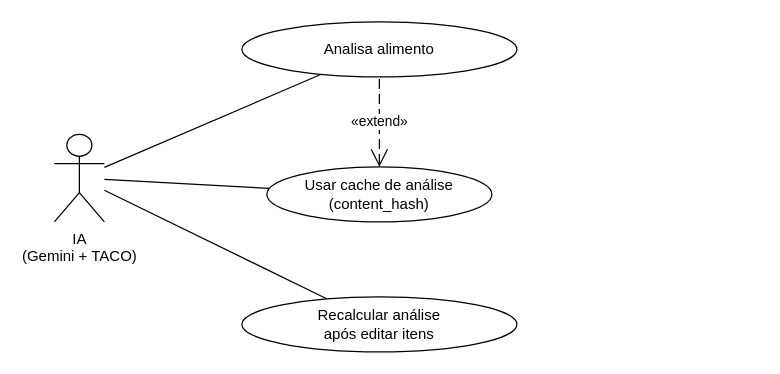
This is page "IA" (4 of 4) of frontend/CasosDeUso.drawio from israelhub/JacalorIA-CONTADOR-DE-CALORIAS, a draw.io file, before an edit. Source tidied: cells renumbered, new cells numbered last; positions are measured from the earlier drawing's top-left corner, leaving out a move shared by most shapes. Both pictures are drawn from the tidied source at 125%, with x=0, y=0 at pixel (54, 21).
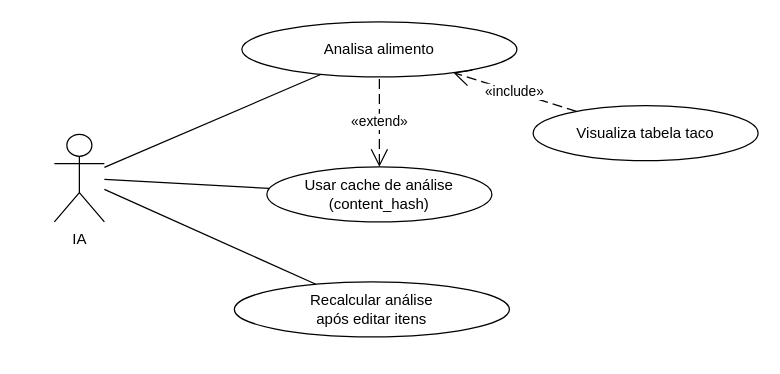
The same diagram, later.

Commit message (it also covers changes not shown here):
Adicionar relações UML «include» nos casos de uso

Liga include em Usuário (chat/grupo, onboarding, loja), Operador Beta
(painéis → token e filtrar por data) e IA (tabela TACO → analisa alimento).

Change to the diagram source:
```diff
@@
 <mxGraphModel>
   <root>
     <mxCell id="0" />
     <mxCell id="1" parent="0" />
-    <mxCell id="2" value="IA&#10;(Gemini + TACO)" style="shape=umlActor;verticalLabelPosition=bottom;verticalAlign=top;html=1;outlineConnect=0;" parent="1" vertex="1">
+    <mxCell id="2" value="IA" style="shape=umlActor;verticalLabelPosition=bottom;verticalAlign=top;html=1;outlineConnect=0;" parent="1" vertex="1">
       <mxGeometry y="90" width="40" height="70" as="geometry" />
     </mxCell>
     <mxCell id="3" style="endArrow=none;html=1;rounded=0;strokeWidth=1;" parent="1" edge="1" source="2" target="7">
       <mxGeometry relative="1" as="geometry" />
     </mxCell>
     <mxCell id="4" style="endArrow=none;html=1;rounded=0;strokeWidth=1;" parent="1" edge="1" source="2" target="8">
       <mxGeometry relative="1" as="geometry" />
     </mxCell>
     <mxCell id="5" style="endArrow=none;html=1;rounded=0;strokeWidth=1;" parent="1" edge="1" source="2" target="9">
       <mxGeometry relative="1" as="geometry" />
     </mxCell>
     <mxCell id="6" value="«extend»" style="startArrow=open;html=1;startSize=12;endArrow=none;dashed=1;dashPattern=8 4;rounded=0;" parent="1" edge="1" source="8" target="7">
       <mxGeometry relative="1" as="geometry" />
     </mxCell>
     <mxCell id="7" value="Analisa alimento" style="ellipse;whiteSpace=wrap;html=1;" parent="1" vertex="1">
       <mxGeometry x="150" width="220" height="44" as="geometry" />
     </mxCell>
     <mxCell id="8" value="Usar cache de análise&#10;(content_hash)" style="ellipse;whiteSpace=wrap;html=1;" parent="1" vertex="1">
       <mxGeometry x="170" y="116" width="180" height="44" as="geometry" />
     </mxCell>
     <mxCell id="9" value="Recalcular análise&#10;após editar itens" style="ellipse;whiteSpace=wrap;html=1;" parent="1" vertex="1">
-      <mxGeometry x="150" y="220" width="220" height="44" as="geometry" />
+      <mxGeometry x="144" y="208" width="220" height="44" as="geometry" />
     </mxCell>
+    <mxCell id="10" value="Visualiza tabela taco" style="ellipse;whiteSpace=wrap;html=1;" parent="1" vertex="1">
+      <mxGeometry x="383" y="67" width="180" height="44" as="geometry" />
+    </mxCell>
+    <mxCell id="11" value="«include»" style="endArrow=open;html=1;endSize=12;dashed=1;dashPattern=8 4;rounded=0;" parent="1" edge="1" source="10" target="7">
+      <mxGeometry relative="1" as="geometry" />
+    </mxCell>
   </root>
 </mxGraphModel>
```
